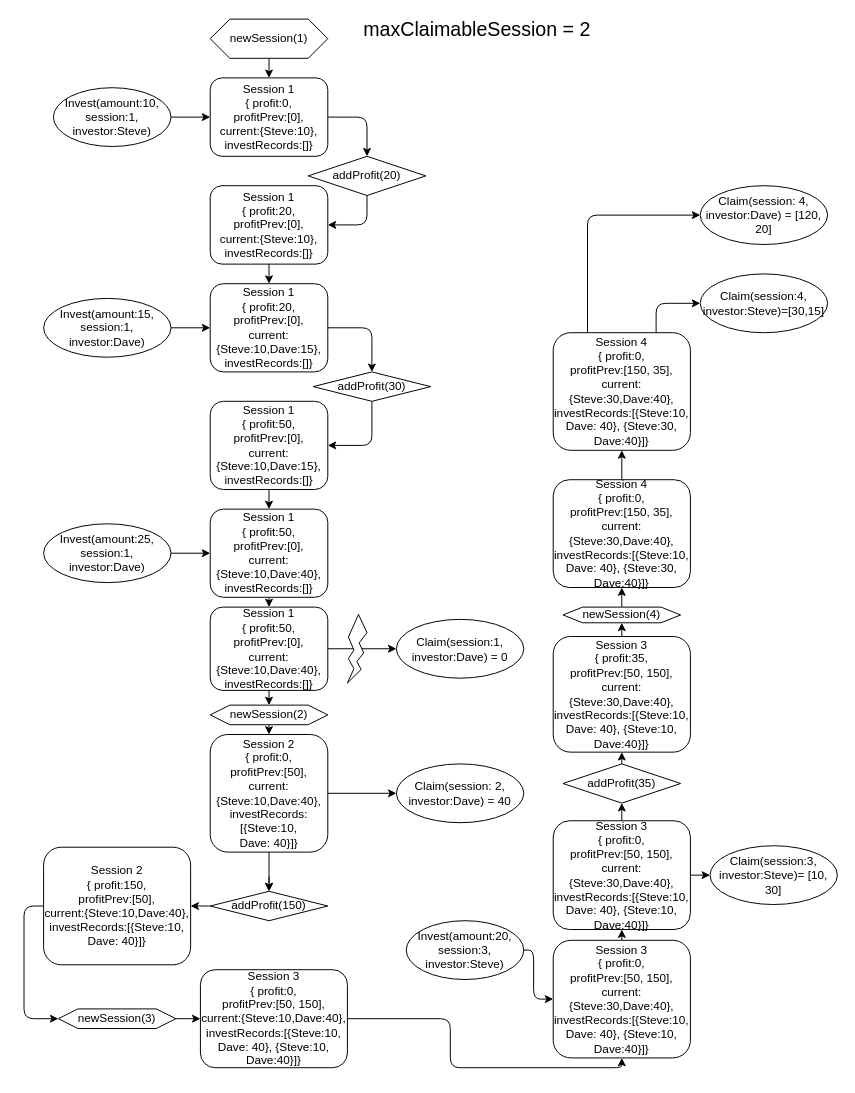
Above: page "Scenario2_MaxClaimableSession=2" (2 of 3) of Example1.drawio in ChihHaoChen/thundercoreProfit (draw.io), before the change. Source tidied: cells renumbered, new cells numbered last; positions are measured from the earlier drawing's top-left corner, leaving out a move shared by most shapes. Both pictures are drawn from the tidied source at 98%, with x=0, y=0 at pixel (43, 19).
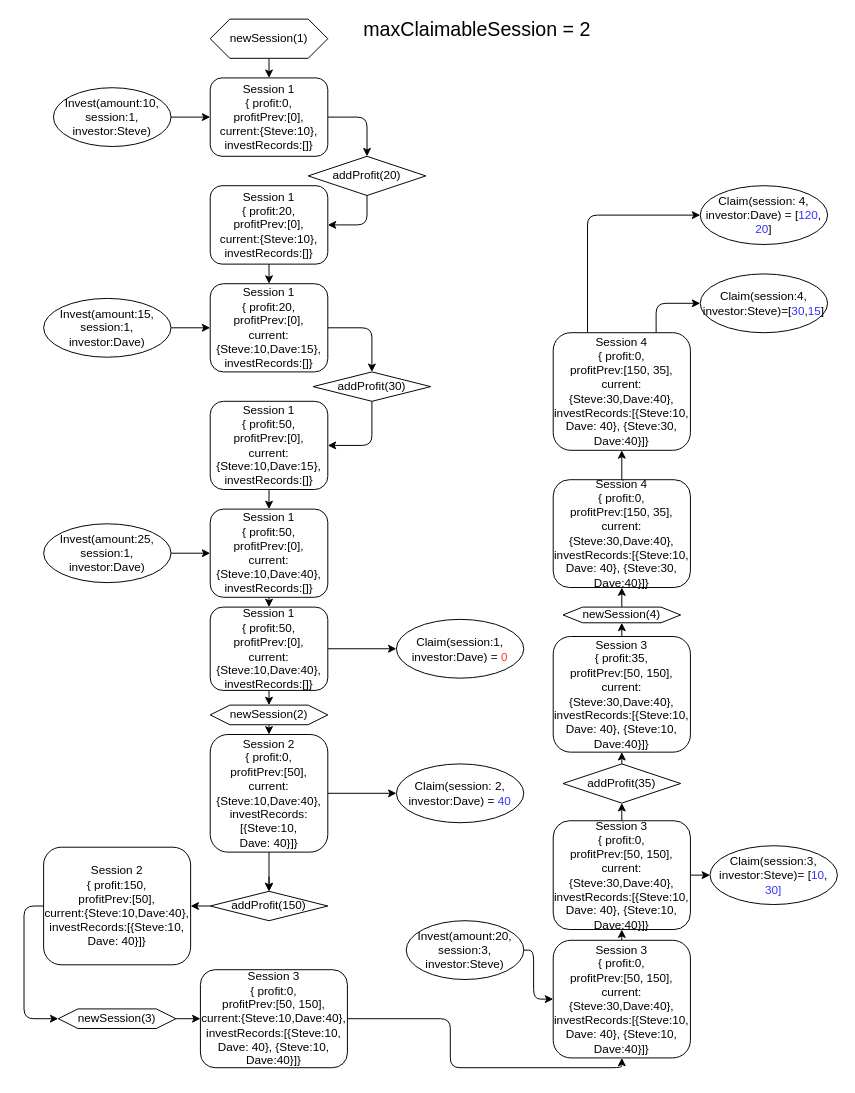
After the change.

The edit, as a diff of the source:
```diff
@@
-    <mxCell id="25" value="Claim(session:1, investor:Dave) = 0" style="ellipse;whiteSpace=wrap;html=1;" parent="1" vertex="1">
+    <mxCell id="25" value="Claim(session:1, investor:Dave) = &lt;font color=&quot;#FF3333&quot;&gt;0&lt;/font&gt;" style="ellipse;whiteSpace=wrap;html=1;" parent="1" vertex="1">
       <mxGeometry x="360" y="612.5" width="130" height="60" as="geometry" />
     </mxCell>
-    <mxCell id="26" style="verticalLabelPosition=bottom;verticalAlign=top;html=1;shape=mxgraph.basic.flash;" parent="1" vertex="1">
-      <mxGeometry x="310" y="607.5" width="20" height="70" as="geometry" />
-    </mxCell>
@@
-    <mxCell id="30" value="Claim(session: 2, investor:Dave) = 40" style="ellipse;whiteSpace=wrap;html=1;" parent="1" vertex="1">
+    <mxCell id="30" value="Claim(session: 2, investor:Dave) = &lt;font color=&quot;#3333FF&quot;&gt;40&lt;/font&gt;" style="ellipse;whiteSpace=wrap;html=1;" parent="1" vertex="1">
       <mxGeometry x="360" y="760" width="130" height="60" as="geometry" />
     </mxCell>
@@
-    <mxCell id="39" value="&lt;div&gt;Claim(session:3, investor:Steve)= [10, 30]&lt;br&gt;&lt;/div&gt;" style="ellipse;whiteSpace=wrap;html=1;" parent="1" vertex="1">
+    <mxCell id="39" value="&lt;div&gt;Claim(session:3, investor:Steve)= [&lt;font color=&quot;#3333FF&quot;&gt;10&lt;/font&gt;, &lt;font color=&quot;#3333FF&quot;&gt;30]&lt;/font&gt;&lt;br&gt;&lt;/div&gt;" style="ellipse;whiteSpace=wrap;html=1;" parent="1" vertex="1">
       <mxGeometry x="680" y="843.5" width="130" height="60" as="geometry" />
     </mxCell>
@@
-    <mxCell id="44" value="Claim(session:4, investor:Steve)=[30,15]" style="ellipse;whiteSpace=wrap;html=1;" parent="1" vertex="1">
+    <mxCell id="44" value="Claim(session:4, investor:Steve)=[&lt;font color=&quot;#3333FF&quot;&gt;30&lt;/font&gt;,&lt;font color=&quot;#3333FF&quot;&gt;15&lt;/font&gt;]" style="ellipse;whiteSpace=wrap;html=1;" parent="1" vertex="1">
       <mxGeometry x="670" y="260" width="130" height="60" as="geometry" />
     </mxCell>
-    <mxCell id="45" value="Claim(session: 4, investor:Dave) = [120, 20]" style="ellipse;whiteSpace=wrap;html=1;" parent="1" vertex="1">
+    <mxCell id="45" value="Claim(session: 4, investor:Dave) = [&lt;font color=&quot;#3333FF&quot;&gt;120&lt;/font&gt;, &lt;font color=&quot;#3333FF&quot;&gt;20&lt;/font&gt;]" style="ellipse;whiteSpace=wrap;html=1;" parent="1" vertex="1">
       <mxGeometry x="670" y="170" width="130" height="60" as="geometry" />
     </mxCell>
```
